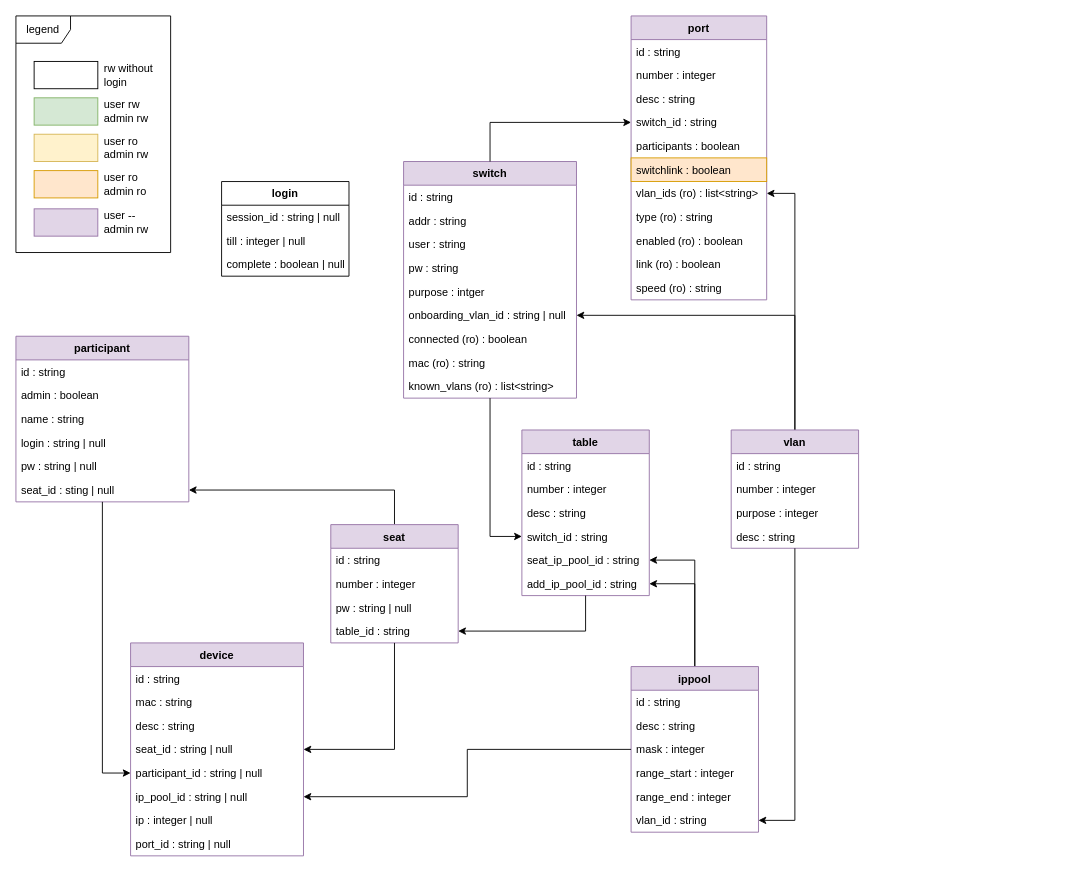
The draw.io diagram docs/api.drawio in nils-ost/LanPartyOnboardingSystem, before the edit. Source tidied: cells renumbered, new cells numbered last; positions are measured from the earlier drawing's top-left corner, leaving out a move shared by most shapes. Both pictures are drawn from the tidied source at 91%, with x=0, y=0 at pixel (15, 15).
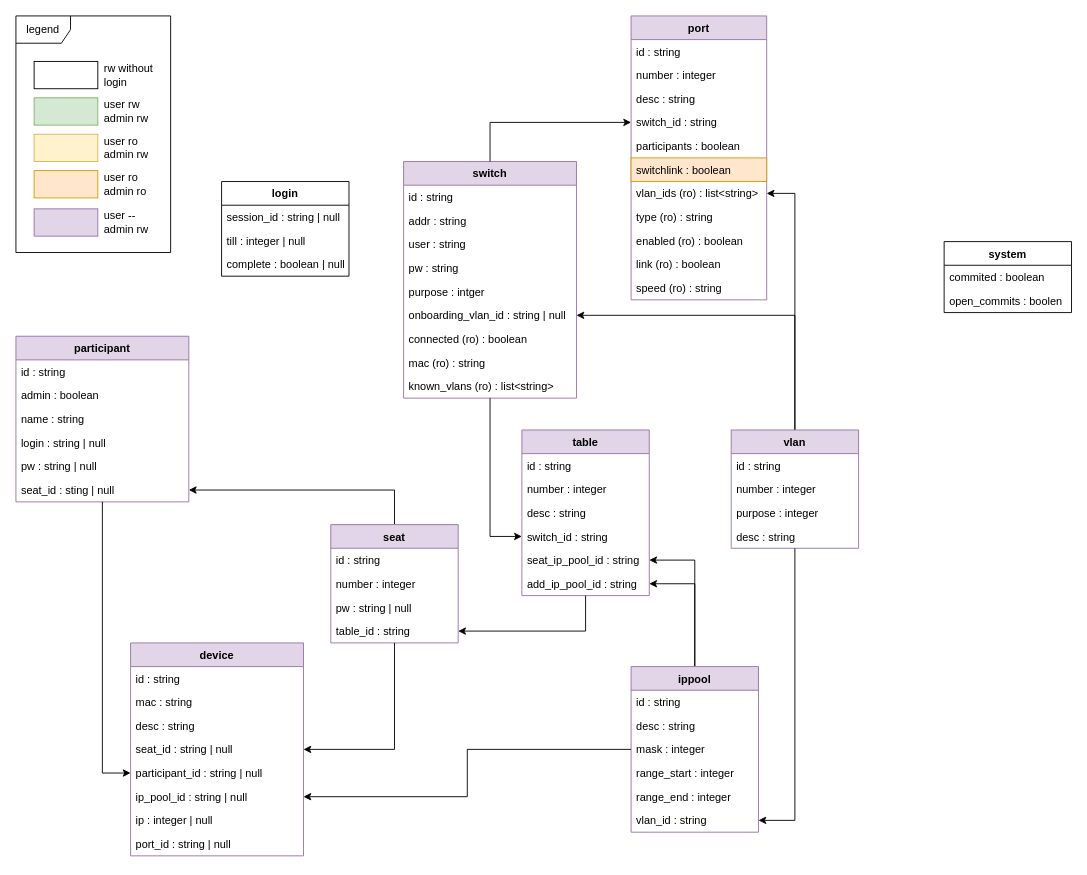
The same diagram, later.

Change to the diagram source:
```diff
@@
+    <mxCell id="87" value="system" style="swimlane;fontStyle=1;horizontal=1;startSize=26;fillColor=none;" parent="1" vertex="1">
+      <mxGeometry x="1020" y="248" width="140" height="78" as="geometry" />
+    </mxCell>
+    <mxCell id="88" value="commited : boolean" style="text;strokeColor=none;fillColor=none;align=left;verticalAlign=top;spacingLeft=4;spacingRight=4;overflow=hidden;" parent="87" vertex="1">
+      <mxGeometry y="26" width="140" height="26" as="geometry" />
+    </mxCell>
+    <mxCell id="89" value="open_commits : boolen" style="text;strokeColor=none;fillColor=none;align=left;verticalAlign=top;spacingLeft=4;spacingRight=4;overflow=hidden;" parent="87" vertex="1">
+      <mxGeometry y="52" width="140" height="26" as="geometry" />
+    </mxCell>
```
